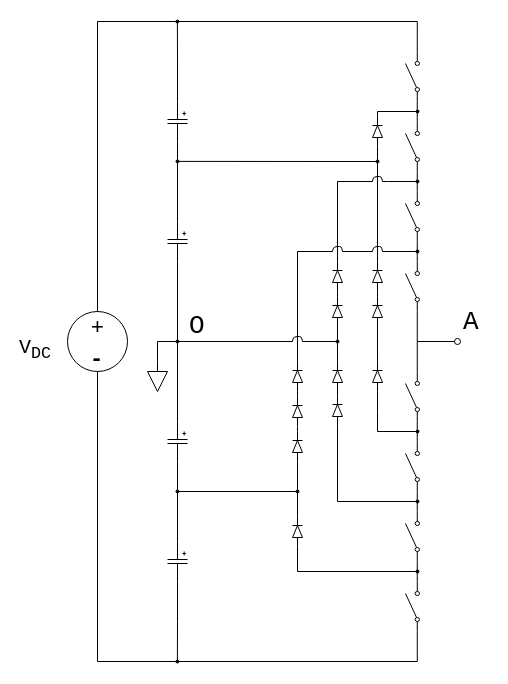
Above: DCMI.drawio in thece36/drawio (draw.io), before the change. Source tidied: cells renumbered, new cells numbered last; positions are measured from the earlier drawing's top-left corner, leaving out a move shared by most shapes. Both pictures are drawn from the tidied source at 100%, with x=0, y=0 at pixel (17, 21).
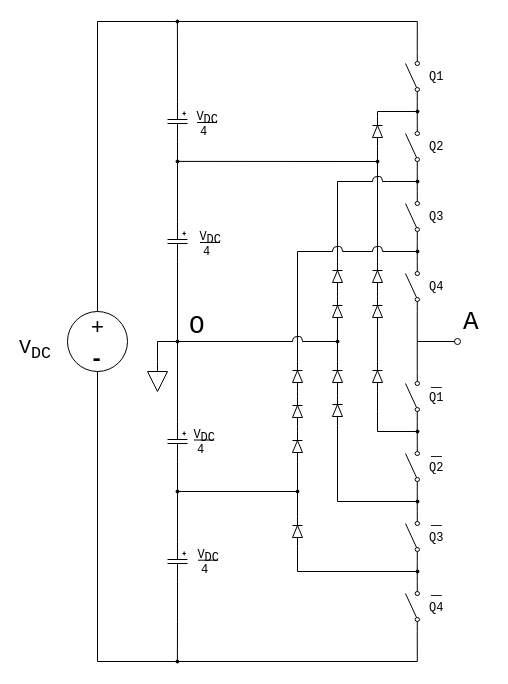
After the change.

Diff of the diagram source:
```diff
@@
+    <mxCell id="77" value="&lt;font face=&quot;Courier New&quot;&gt;Q1&lt;/font&gt;" style="text;html=1;align=left;verticalAlign=top;spacingTop=-4;" parent="1" vertex="1">
+      <mxGeometry x="410" y="45" width="25" height="20" as="geometry" />
+    </mxCell>
+    <mxCell id="78" value="&lt;font face=&quot;Courier New&quot;&gt;Q2&lt;/font&gt;" style="text;html=1;align=left;verticalAlign=top;spacingTop=-4;" parent="1" vertex="1">
+      <mxGeometry x="410" y="115" width="25" height="20" as="geometry" />
+    </mxCell>
+    <mxCell id="79" value="&lt;font face=&quot;Courier New&quot;&gt;Q3&lt;/font&gt;" style="text;html=1;align=left;verticalAlign=top;spacingTop=-4;" parent="1" vertex="1">
+      <mxGeometry x="410" y="185" width="25" height="20" as="geometry" />
+    </mxCell>
+    <mxCell id="80" value="&lt;font face=&quot;Courier New&quot;&gt;Q4&lt;/font&gt;" style="text;html=1;align=left;verticalAlign=top;spacingTop=-4;" parent="1" vertex="1">
+      <mxGeometry x="410" y="255" width="25" height="20" as="geometry" />
+    </mxCell>
+    <mxCell id="81" value="&lt;font face=&quot;Courier New&quot;&gt;Q1&lt;/font&gt;" style="text;html=1;align=left;verticalAlign=top;spacingTop=-4;" parent="1" vertex="1">
+      <mxGeometry x="410" y="365.6" width="25" height="20" as="geometry" />
+    </mxCell>
+    <mxCell id="82" value="&lt;font face=&quot;Courier New&quot;&gt;Q2&lt;/font&gt;" style="text;html=1;align=left;verticalAlign=top;spacingTop=-4;" parent="1" vertex="1">
+      <mxGeometry x="410" y="435.6" width="25" height="20" as="geometry" />
+    </mxCell>
+    <mxCell id="83" value="&lt;font face=&quot;Courier New&quot;&gt;Q3&lt;/font&gt;" style="text;html=1;align=left;verticalAlign=top;spacingTop=-4;" parent="1" vertex="1">
+      <mxGeometry x="410" y="505.6" width="25" height="20" as="geometry" />
+    </mxCell>
+    <mxCell id="84" value="&lt;font face=&quot;Courier New&quot;&gt;Q4&lt;/font&gt;" style="text;html=1;align=left;verticalAlign=top;spacingTop=-4;" parent="1" vertex="1">
+      <mxGeometry x="410" y="575.6" width="25" height="20" as="geometry" />
+    </mxCell>
+    <mxCell id="85" value="&lt;font style=&quot;font-size: 18px;&quot; face=&quot;Courier New&quot;&gt;_&lt;/font&gt;" style="text;html=1;align=left;verticalAlign=top;spacingTop=-4;fontSize=18;" parent="1" vertex="1">
+      <mxGeometry x="412" y="345.5" width="20" height="20" as="geometry" />
+    </mxCell>
+    <mxCell id="86" value="&lt;font style=&quot;font-size: 18px;&quot; face=&quot;Courier New&quot;&gt;_&lt;/font&gt;" style="text;html=1;align=left;verticalAlign=top;spacingTop=-4;fontSize=18;" parent="1" vertex="1">
+      <mxGeometry x="412" y="415" width="20" height="20" as="geometry" />
+    </mxCell>
+    <mxCell id="87" value="&lt;font style=&quot;font-size: 18px;&quot; face=&quot;Courier New&quot;&gt;_&lt;/font&gt;" style="text;html=1;align=left;verticalAlign=top;spacingTop=-4;fontSize=18;" parent="1" vertex="1">
+      <mxGeometry x="412" y="484" width="20" height="20" as="geometry" />
+    </mxCell>
+    <mxCell id="88" value="&lt;font style=&quot;font-size: 18px;&quot; face=&quot;Courier New&quot;&gt;_&lt;/font&gt;" style="text;html=1;align=left;verticalAlign=top;spacingTop=-4;fontSize=18;" parent="1" vertex="1">
+      <mxGeometry x="412" y="554" width="20" height="20" as="geometry" />
+    </mxCell>
+    <mxCell id="89" style="group;" parent="1" vertex="1">
+      <mxGeometry x="155" y="205" width="50" height="35" as="geometry" />
+    </mxCell>
+    <mxCell id="90" style="endArrow=none;html=1;fontSize=16;" parent="89" edge="1">
+      <mxGeometry relative="1" as="geometry">
+        <mxPoint x="27.5" y="16" as="sourcePoint" />
+        <mxPoint x="47.5" y="16" as="targetPoint" />
+      </mxGeometry>
+    </mxCell>
+    <mxCell id="91" value="&lt;font style=&quot;font-size: 12px;&quot; face=&quot;Courier New&quot;&gt;V&lt;sub style=&quot;font-size: 12px;&quot;&gt;DC&lt;/sub&gt;&lt;/font&gt;" style="text;html=1;align=right;verticalAlign=top;spacingTop=-4;fontSize=12;" parent="89" vertex="1">
+      <mxGeometry width="50" height="30" as="geometry" />
+    </mxCell>
+    <mxCell id="92" value="&lt;font face=&quot;Courier New&quot;&gt;4&lt;/font&gt;" style="text;html=1;align=left;verticalAlign=top;spacingTop=-4;fontSize=12;" parent="89" vertex="1">
+      <mxGeometry x="29" y="15" width="20" height="20" as="geometry" />
+    </mxCell>
+    <mxCell id="93" style="group;" parent="1" vertex="1">
+      <mxGeometry x="149" y="402.5" width="50" height="35" as="geometry" />
+    </mxCell>
+    <mxCell id="94" style="endArrow=none;html=1;fontSize=16;" parent="93" edge="1">
+      <mxGeometry relative="1" as="geometry">
+        <mxPoint x="27.5" y="16" as="sourcePoint" />
+        <mxPoint x="47.5" y="16" as="targetPoint" />
+      </mxGeometry>
+    </mxCell>
+    <mxCell id="95" value="&lt;font style=&quot;font-size: 12px;&quot; face=&quot;Courier New&quot;&gt;V&lt;sub style=&quot;font-size: 12px;&quot;&gt;DC&lt;/sub&gt;&lt;/font&gt;" style="text;html=1;align=right;verticalAlign=top;spacingTop=-4;fontSize=12;" parent="93" vertex="1">
+      <mxGeometry width="50" height="30" as="geometry" />
+    </mxCell>
+    <mxCell id="96" value="&lt;font face=&quot;Courier New&quot;&gt;4&lt;/font&gt;" style="text;html=1;align=left;verticalAlign=top;spacingTop=-4;fontSize=12;" parent="93" vertex="1">
+      <mxGeometry x="29" y="15" width="20" height="20" as="geometry" />
+    </mxCell>
+    <mxCell id="97" style="group;" parent="1" vertex="1">
+      <mxGeometry x="153" y="522.7" width="50" height="35" as="geometry" />
+    </mxCell>
+    <mxCell id="98" style="endArrow=none;html=1;fontSize=16;" parent="97" edge="1">
+      <mxGeometry relative="1" as="geometry">
+        <mxPoint x="27.5" y="16" as="sourcePoint" />
+        <mxPoint x="47.5" y="16" as="targetPoint" />
+      </mxGeometry>
+    </mxCell>
+    <mxCell id="99" value="&lt;font style=&quot;font-size: 12px;&quot; face=&quot;Courier New&quot;&gt;V&lt;sub style=&quot;font-size: 12px;&quot;&gt;DC&lt;/sub&gt;&lt;/font&gt;" style="text;html=1;align=right;verticalAlign=top;spacingTop=-4;fontSize=12;" parent="97" vertex="1">
+      <mxGeometry width="50" height="30" as="geometry" />
+    </mxCell>
+    <mxCell id="100" value="&lt;font face=&quot;Courier New&quot;&gt;4&lt;/font&gt;" style="text;html=1;align=left;verticalAlign=top;spacingTop=-4;fontSize=12;" parent="97" vertex="1">
+      <mxGeometry x="29" y="15" width="20" height="20" as="geometry" />
+    </mxCell>
+    <mxCell id="101" style="group;" parent="1" vertex="1">
+      <mxGeometry x="152" y="85" width="50" height="35" as="geometry" />
+    </mxCell>
+    <mxCell id="102" style="endArrow=none;html=1;fontSize=16;" parent="101" edge="1">
+      <mxGeometry relative="1" as="geometry">
+        <mxPoint x="27.5" y="16" as="sourcePoint" />
+        <mxPoint x="47.5" y="16" as="targetPoint" />
+      </mxGeometry>
+    </mxCell>
+    <mxCell id="103" value="&lt;font style=&quot;font-size: 12px;&quot; face=&quot;Courier New&quot;&gt;V&lt;sub style=&quot;font-size: 12px;&quot;&gt;DC&lt;/sub&gt;&lt;/font&gt;" style="text;html=1;align=right;verticalAlign=top;spacingTop=-4;fontSize=12;" parent="101" vertex="1">
+      <mxGeometry width="50" height="30" as="geometry" />
+    </mxCell>
+    <mxCell id="104" value="&lt;font face=&quot;Courier New&quot;&gt;4&lt;/font&gt;" style="text;html=1;align=left;verticalAlign=top;spacingTop=-4;fontSize=12;" parent="101" vertex="1">
+      <mxGeometry x="29" y="15" width="20" height="20" as="geometry" />
+    </mxCell>
```
